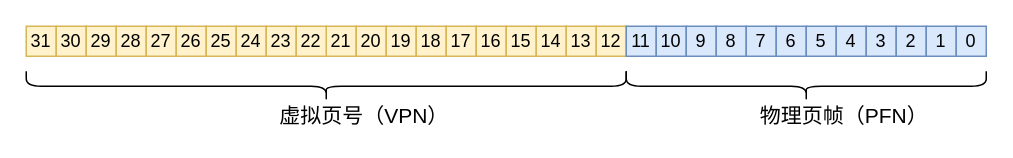
Above: virtal page number.drawio in watermoonlx/drawio (draw.io), before the change. Source tidied: cells renumbered, new cells numbered last; positions are measured from the earlier drawing's top-left corner, leaving out a move shared by most shapes. Both pictures are drawn from the tidied source at 150%, with x=0, y=0 at pixel (26, -214).
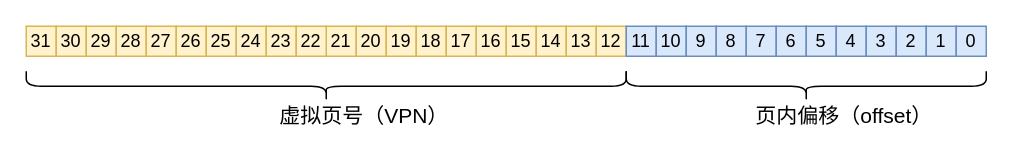
The same page after the edit.

The edit, as a diff of the source:
```diff
@@
-    <mxCell id="40" value="物理页帧（PFN）" style="text;html=1;align=center;verticalAlign=middle;fontSize=14;" parent="1" vertex="1">
+    <mxCell id="40" value="页内偏移（offset）" style="text;html=1;align=center;verticalAlign=middle;fontSize=14;" parent="1" vertex="1">
       <mxGeometry x="480" y="210" width="130" height="20" as="geometry" />
     </mxCell>
```
